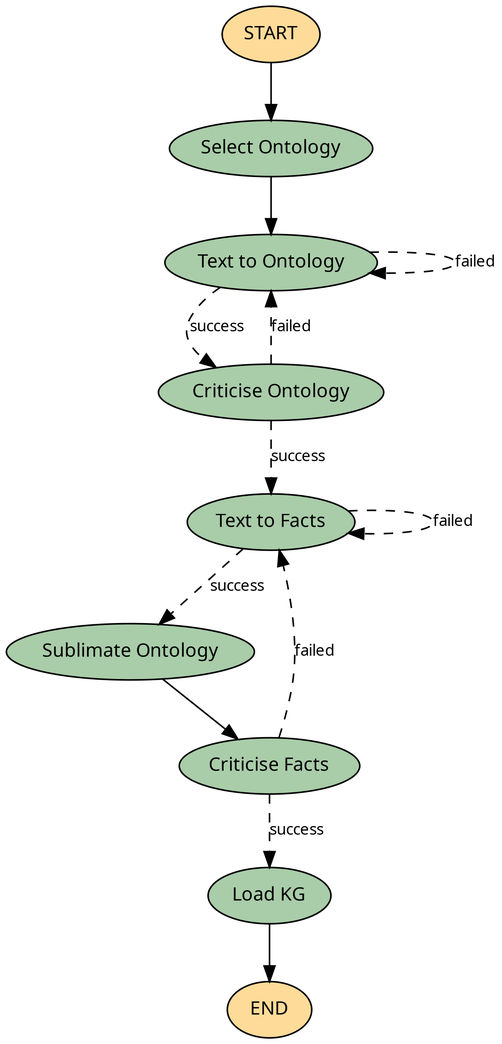
Earlier version of the Mermaid export docs/assets/graph.png (genericrobot77/ontocast). Its source is kept beside it as graph.mmd.
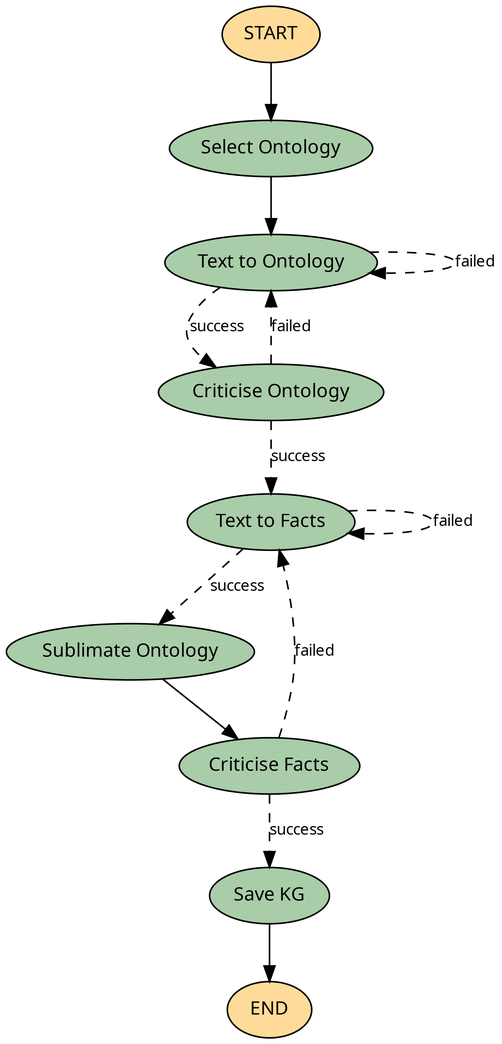
After the change.

Diff of the diagram source:
```diff
@@ -22,9 +22,9 @@
 	Sublimate_Ontology(Sublimate Ontology)
 	Criticise_Ontology(Criticise Ontology)
 	Criticise_Facts(Criticise Facts)
-	Load_KG(Load KG)
+	Save_KG(Save KG)
 	__end__([<p>__end__</p>]):::last
-	Load_KG --> __end__;
+	Save_KG --> __end__;
 	Select_Ontology --> Text_to_Ontology;
 	Sublimate_Ontology --> Criticise_Facts;
 	__start__ --> Select_Ontology;
@@ -32,7 +32,7 @@
 	Criticise_Ontology -. &nbsp;success&nbsp; .-> Text_to_Facts;
 	Criticise_Ontology -. &nbsp;failed&nbsp; .-> Text_to_Ontology;
 	Text_to_Facts -. &nbsp;success&nbsp; .-> Sublimate_Ontology;
-	Criticise_Facts -. &nbsp;success&nbsp; .-> Load_KG;
+	Criticise_Facts -. &nbsp;success&nbsp; .-> Save_KG;
 	Criticise_Facts -. &nbsp;failed&nbsp; .-> Text_to_Facts;
 	Text_to_Ontology -. &nbsp;failed&nbsp; .-> Text_to_Ontology;
 	Text_to_Facts -. &nbsp;failed&nbsp; .-> Text_to_Facts;
```
